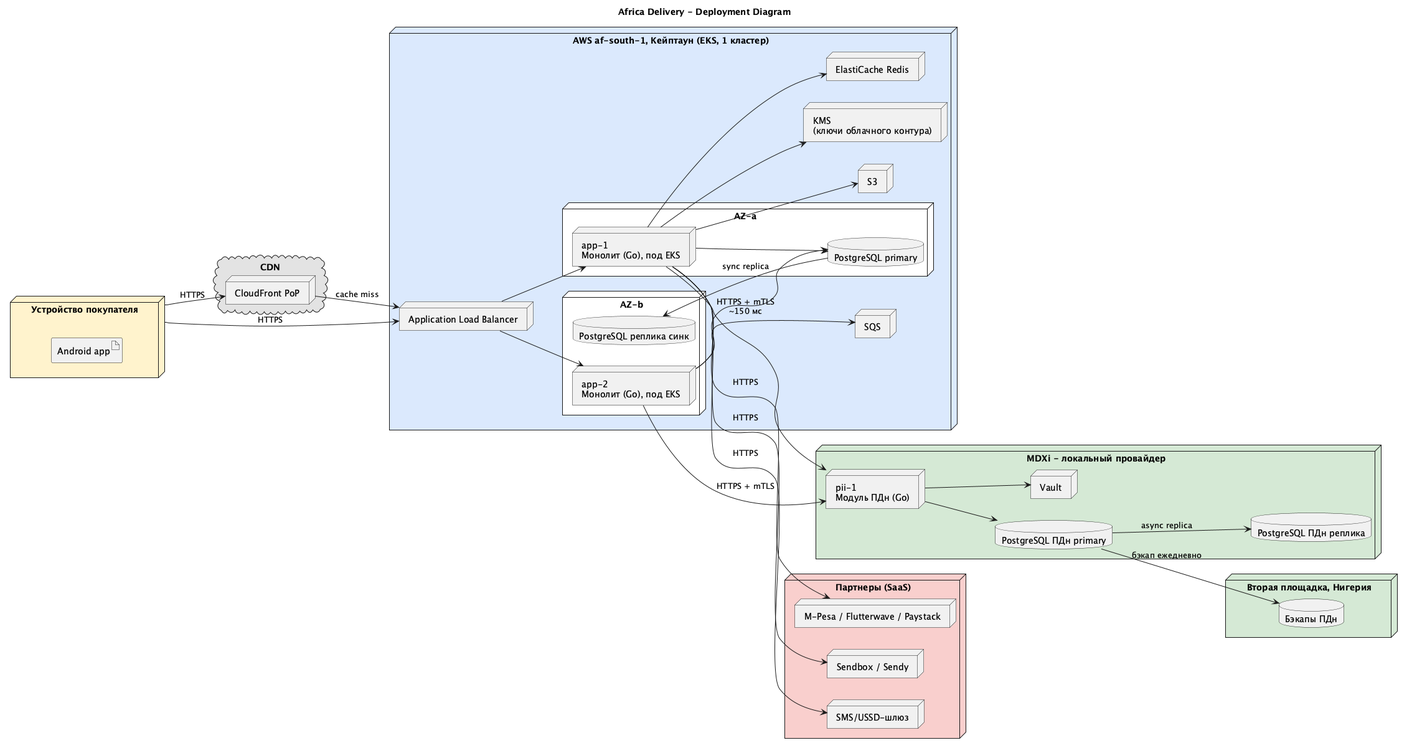
Earlier version of the PlantUML export Task4/deployment-diagram.png (glebpovalihin/Africa_Delivery).
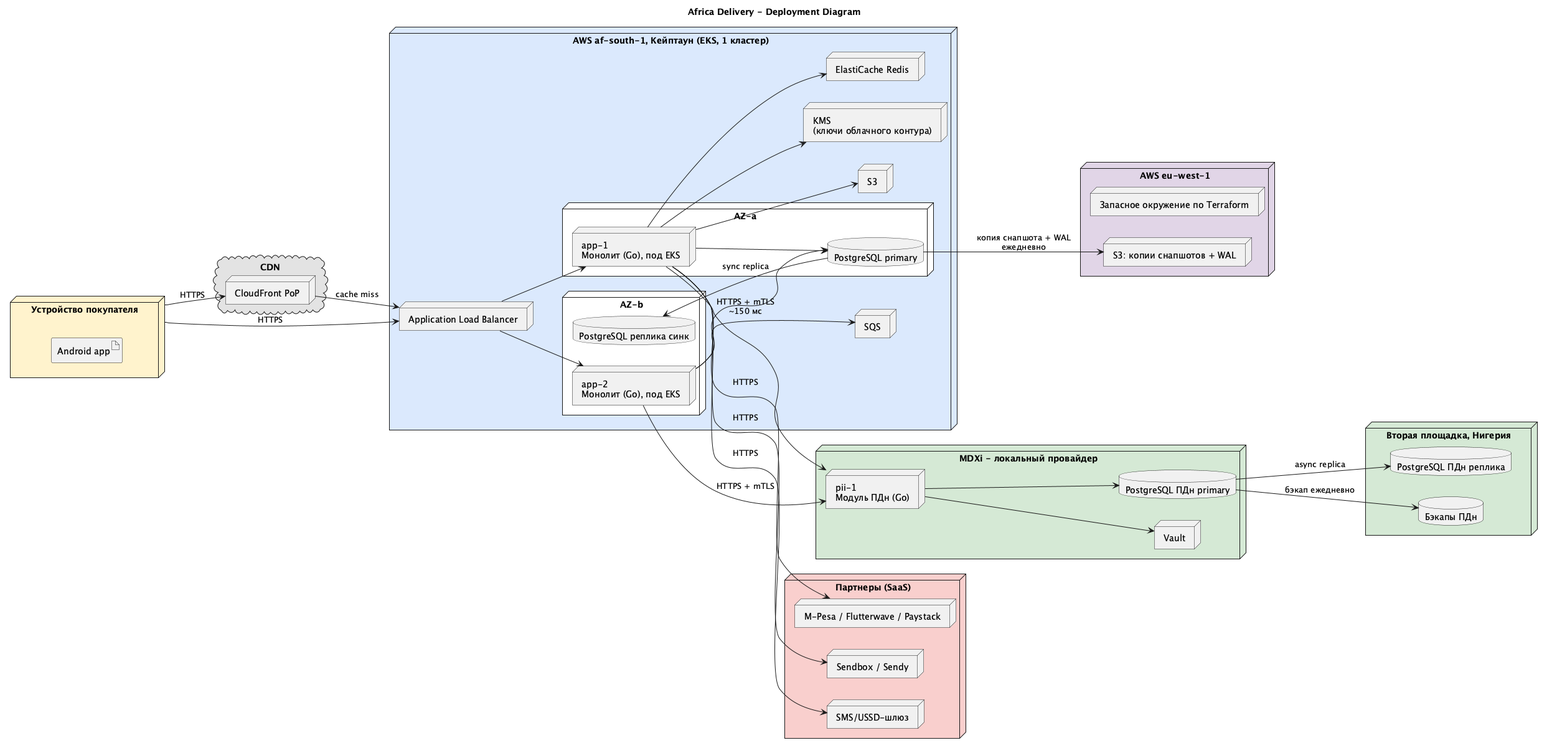
The same file after the commit.

Change to the diagram source:
```diff
@@ -30,12 +30,17 @@
 node "MDXi - локальный провайдер" as lagos #D5E8D4 {
   node "pii-1\nМодуль ПДн (Go)" as pii1
   database "PostgreSQL ПДн primary" as png1
-  database "PostgreSQL ПДн реплика" as png2
   node "Vault" as vault
 }
 
 node "Вторая площадка, Нигерия" as lagos2 #D5E8D4 {
+  database "PostgreSQL ПДн реплика" as png2
   database "Бэкапы ПДн" as backups
+}
+
+node "AWS eu-west-1" as dr #E1D5E7 {
+  node "S3: копии снапшотов + WAL" as drs3
+  node "Запасное окружение по Terraform" as driac
 }
 
 node "Партнеры (SaaS)" as partners #F8CECC {
@@ -62,6 +67,7 @@
 png1 --> png2 : async replica
 pii1 --> vault
 png1 --> backups : бэкап ежедневно
+pg1 --> drs3 : копия снапшота + WAL\nежедневно
 app1 --> pay : HTTPS
 app1 --> log : HTTPS
 app1 --> sms : HTTPS
```
